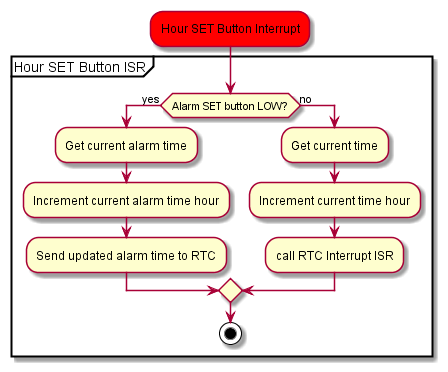
Before: figures/flowcharts/state-machine_hour-SET-button-interrupt-v1.png, a diagram exported from PlantUML (Markahofmeister/sinking-clock). Its diagram source:
```plantuml
@startuml
#Red:Hour SET Button Interrupt;
partition "Hour SET Button ISR" {
if(Alarm SET button LOW?) then (yes)
  :Get current alarm time;
  :Increment current alarm time hour;
  :Send updated alarm time to RTC;
else(no)
  :Get current time;
  :Increment current time hour;
  :call RTC Interrupt ISR;
endif
stop
}
@enduml
```
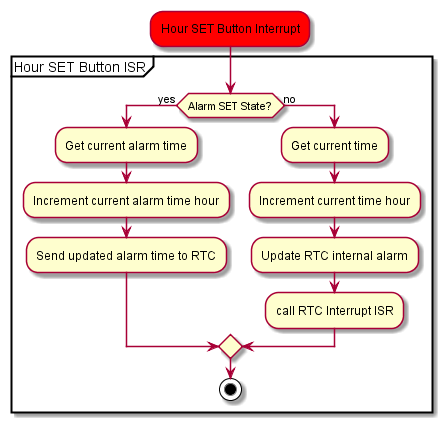
The same diagram one commit later.

The edit, as a diff of the source:
```diff
@@ -1,13 +1,14 @@
 @startuml
 #Red:Hour SET Button Interrupt;
 partition "Hour SET Button ISR" {
-if(Alarm SET button LOW?) then (yes)
+if(Alarm SET State?) then (yes)
   :Get current alarm time;
   :Increment current alarm time hour;
   :Send updated alarm time to RTC;
 else(no)
   :Get current time;
   :Increment current time hour;
+  :Update RTC internal alarm;
   :call RTC Interrupt ISR;
 endif
 stop
```
